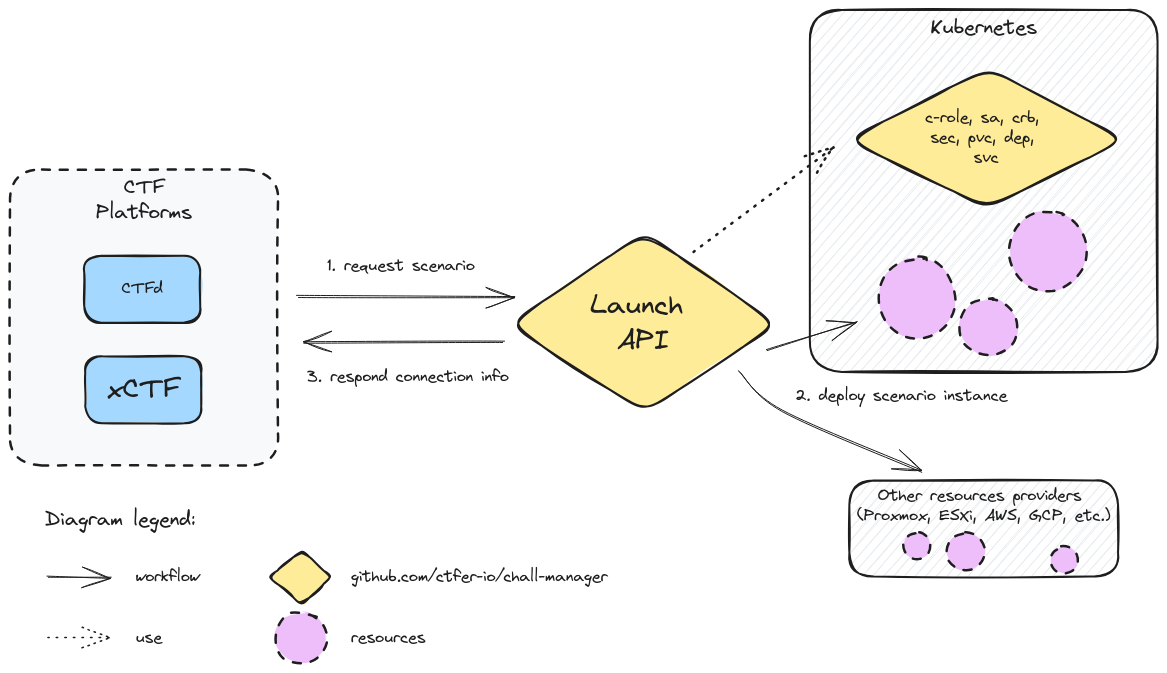
Before: res/diagram.excalidraw.png, a diagram exported from Excalidraw (ctfer-io/chall-manager). Source tidied: one line per element, renumbered; positions are measured from the earlier drawing's top-left corner, leaving out a move shared by most shapes.
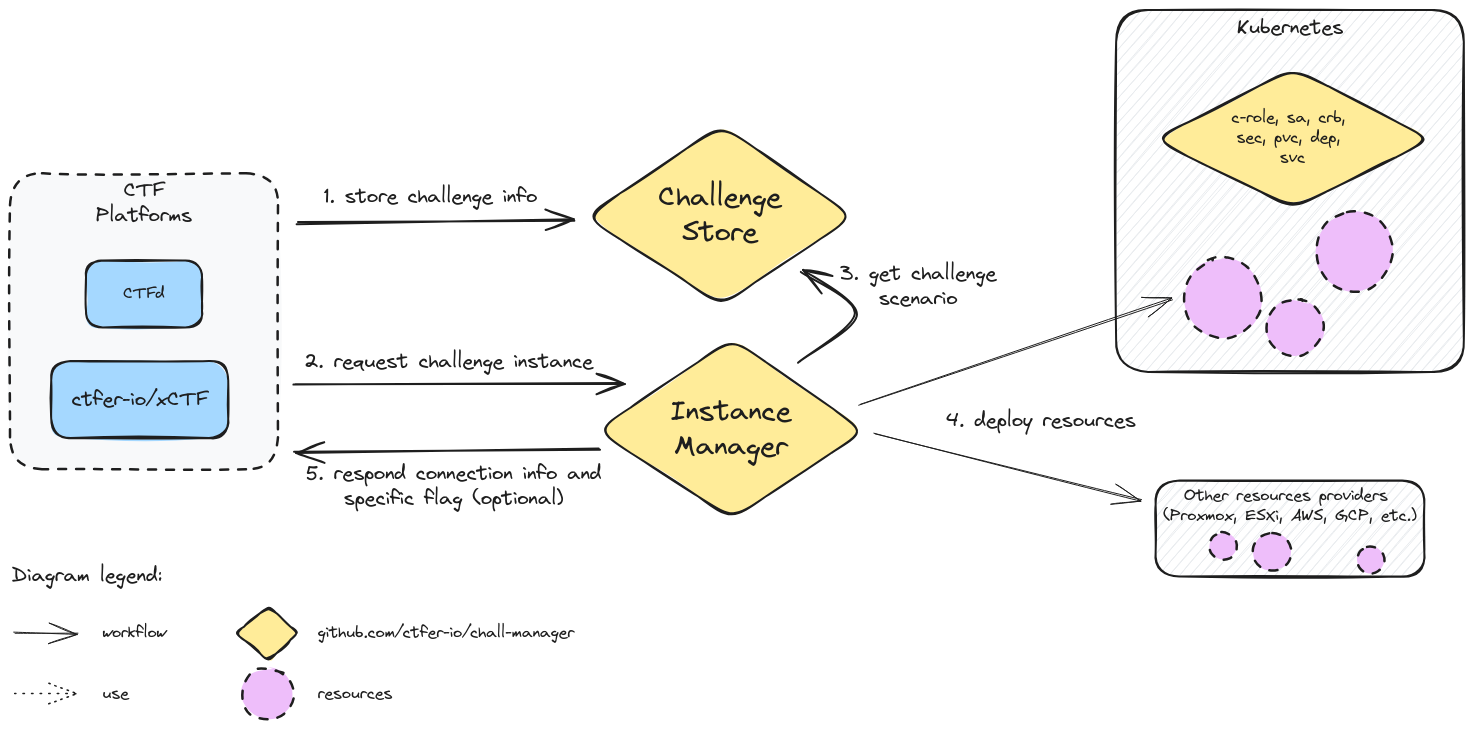
The same file after the commit.

The edit, as a diff of the source:
```diff
@@ -1,37 +1,42 @@
-{"id": 0, "type": "rectangle", "strokeColor": "#1e1e1e", "backgroundColor": "#f8f9fa", "fillStyle": "solid", "strokeWidth": 2, "strokeStyle": "dashed", "roughness": 1, "round": true, "x": 0, "y": 160, "width": 268, "height": 296}
-{"id": 1, "type": "text", "text": "CTF\nPlatforms", "strokeColor": "#1e1e1e", "strokeWidth": 2, "roughness": 1, "fontSize": 20, "fontFamily": 1, "textAlign": "center", "inside": 0, "x": 86, "y": 165, "width": 96, "height": 50}
-{"id": 2, "type": "rectangle", "strokeColor": "#1e1e1e", "backgroundColor": "#a5d8ff", "fillStyle": "solid", "strokeWidth": 2, "roughness": 1, "round": true, "x": 74, "y": 246, "width": 116, "height": 67}
-{"id": 3, "type": "text", "text": "CTFd", "strokeColor": "#1e1e1e", "backgroundColor": "#f8f9fa", "fillStyle": "solid", "strokeWidth": 2, "strokeStyle": "dashed", "roughness": 1, "fontSize": 16, "fontFamily": 1, "textAlign": "center", "verticalAlign": "middle", "inside": 2, "x": 111, "y": 269, "width": 41, "height": 20}
-{"id": 4, "type": "rectangle", "strokeColor": "#1e1e1e", "backgroundColor": "#a5d8ff", "fillStyle": "solid", "strokeWidth": 2, "roughness": 1, "round": true, "x": 75, "y": 346, "width": 116, "height": 67}
-{"id": 5, "type": "text", "text": "xCTF", "strokeColor": "#1e1e1e", "backgroundColor": "#a5d8ff", "fillStyle": "solid", "strokeWidth": 2, "roughness": 1, "fontSize": 28, "fontFamily": 1, "textAlign": "center", "verticalAlign": "middle", "inside": 4, "x": 97, "y": 362, "width": 72, "height": 35}
-{"id": 6, "type": "diamond", "strokeColor": "#1e1e1e", "backgroundColor": "#ffec99", "fillStyle": "solid", "strokeWidth": 2, "roughness": 1, "round": true, "x": 499, "y": 223, "width": 268, "height": 180}
-{"id": 7, "type": "text", "text": "Launch \nAPI", "strokeColor": "#1e1e1e", "backgroundColor": "#ffec99", "fillStyle": "solid", "strokeWidth": 2, "roughness": 1, "fontSize": 28, "fontFamily": 1, "textAlign": "center", "verticalAlign": "middle", "inside": 6, "x": 580, "y": 278, "width": 106, "height": 70}
-{"id": 8, "type": "arrow", "strokeColor": "#1e1e1e", "backgroundColor": "#ffec99", "fillStyle": "solid", "strokeWidth": 1, "roughness": 1, "endArrowhead": "arrow", "round": true, "from": 0, "to": 6, "x": 287, "y": 286, "width": 217, "height": 1, "points": [[0, 0], [217, 1]]}
-{"id": 9, "type": "text", "text": "1. request scenario", "strokeColor": "#1e1e1e", "backgroundColor": "#ffec99", "fillStyle": "solid", "strokeWidth": 2, "roughness": 1, "fontSize": 16, "fontFamily": 1, "textAlign": "center", "x": 317, "y": 246, "width": 148, "height": 20}
-{"id": 10, "type": "arrow", "strokeColor": "#1e1e1e", "backgroundColor": "#ffec99", "fillStyle": "solid", "strokeWidth": 1, "roughness": 1, "endArrowhead": "arrow", "round": true, "from": 6, "to": 0, "x": 493, "y": 333, "width": 201, "height": 1, "points": [[0, 0], [-201, -1]]}
-{"id": 11, "type": "text", "text": "3. respond connection info", "strokeColor": "#1e1e1e", "backgroundColor": "#ffec99", "fillStyle": "solid", "strokeWidth": 2, "roughness": 1, "fontSize": 16, "fontFamily": 1, "textAlign": "center", "x": 297, "y": 357, "width": 202, "height": 20}
-{"id": 12, "type": "rectangle", "strokeColor": "#1e1e1e", "backgroundColor": "#e9ecef", "fillStyle": "hachure", "strokeWidth": 2, "roughness": 1, "round": true, "x": 800, "y": 0, "width": 348, "height": 362}
-{"id": 13, "type": "text", "text": "Kubernetes", "strokeColor": "#1e1e1e", "backgroundColor": "#a5d8ff", "fillStyle": "solid", "strokeWidth": 2, "roughness": 1, "fontSize": 20, "fontFamily": 1, "textAlign": "center", "inside": 12, "x": 920, "y": 5, "width": 107, "height": 25}
-{"id": 14, "type": "diamond", "strokeColor": "#1e1e1e", "backgroundColor": "#ffec99", "fillStyle": "solid", "strokeWidth": 2, "roughness": 1, "round": true, "x": 838, "y": 58, "width": 277, "height": 140}
-{"id": 15, "type": "text", "text": "c-role, sa, crb, \nsec, pvc, dep, \nsvc", "strokeColor": "#1e1e1e", "backgroundColor": "#ffec99", "fillStyle": "solid", "strokeWidth": 2, "roughness": 1, "fontSize": 16, "fontFamily": 1, "textAlign": "center", "verticalAlign": "middle", "inside": 14, "x": 915, "y": 98, "width": 122, "height": 60}
-{"id": 16, "type": "arrow", "strokeColor": "#1e1e1e", "backgroundColor": "#eebefa", "fillStyle": "solid", "strokeWidth": 2, "strokeStyle": "dotted", "roughness": 1, "endArrowhead": "arrow", "round": true, "from": 6, "to": 14, "x": 684, "y": 243, "width": 139, "height": 104, "points": [[0, 0], [139, -104]]}
 {"id": 17, "type": "diamond", "strokeColor": "#1e1e1e", "backgroundColor": "#ffec99", "fillStyle": "solid", "strokeWidth": 2, "roughness": 1, "round": true, "x": 260, "y": 540, "width": 62, "height": 54}
 {"id": 18, "type": "text", "text": "github.com/ctfer-io/chall-manager", "strokeColor": "#1e1e1e", "backgroundColor": "#eebefa", "fillStyle": "solid", "strokeWidth": 2, "strokeStyle": "dotted", "roughness": 1, "fontSize": 16, "fontFamily": 1, "x": 341, "y": 557, "width": 257, "height": 20}
-{"id": 19, "type": "ellipse", "strokeColor": "#1e1e1e", "backgroundColor": "#eebefa", "fillStyle": "solid", "strokeWidth": 2, "strokeStyle": "dashed", "roughness": 1, "round": true, "x": 868, "y": 247, "width": 77, "height": 81}
-{"id": 20, "type": "arrow", "strokeColor": "#1e1e1e", "backgroundColor": "#fcc2d7", "fillStyle": "solid", "strokeWidth": 1, "roughness": 1, "endArrowhead": "arrow", "round": true, "from": 6, "x": 756, "y": 340, "width": 91, "height": 28, "points": [[0, 0], [91, -28]]}
-{"id": 21, "type": "text", "text": "2. deploy scenario instance", "strokeColor": "#1e1e1e", "backgroundColor": "#ffec99", "fillStyle": "solid", "strokeWidth": 2, "roughness": 1, "fontSize": 16, "fontFamily": 1, "textAlign": "center", "x": 785, "y": 376, "width": 213, "height": 20}
-{"id": 22, "type": "ellipse", "strokeColor": "#1e1e1e", "backgroundColor": "#eebefa", "fillStyle": "solid", "strokeWidth": 2, "strokeStyle": "dashed", "roughness": 1, "round": true, "x": 1000, "y": 201, "width": 77, "height": 81}
-{"id": 23, "type": "ellipse", "strokeColor": "#1e1e1e", "backgroundColor": "#eebefa", "fillStyle": "solid", "strokeWidth": 2, "strokeStyle": "dashed", "roughness": 1, "round": true, "x": 950, "y": 289, "width": 58, "height": 57}
 {"id": 24, "type": "ellipse", "strokeColor": "#1e1e1e", "backgroundColor": "#eebefa", "fillStyle": "solid", "strokeWidth": 2, "strokeStyle": "dashed", "roughness": 1, "round": true, "x": 265, "y": 602, "width": 52, "height": 51}
-{"id": 25, "type": "text", "text": "resources", "strokeColor": "#1e1e1e", "backgroundColor": "#eebefa", "fillStyle": "solid", "strokeWidth": 2, "strokeStyle": "dotted", "roughness": 1, "fontSize": 16, "fontFamily": 1, "x": 341, "y": 618, "width": 75, "height": 20}
+{"id": 25, "type": "text", "text": "resources", "strokeColor": "#1e1e1e", "backgroundColor": "#eebefa", "fillStyle": "solid", "strokeWidth": 2, "strokeStyle": "dotted", "roughness": 1, "fontSize": 16, "fontFamily": 1, "x": 341, "y": 617, "width": 75, "height": 20}
-{"id": 26, "type": "arrow", "strokeColor": "#1e1e1e", "backgroundColor": "#fcc2d7", "fillStyle": "solid", "strokeWidth": 1, "roughness": 1, "endArrowhead": "arrow", "round": true, "from": 6, "to": 32, "x": 729, "y": 361, "width": 182, "height": 100, "points": [[0, 0], [43, 40], [182, 100]]}
 {"id": 27, "type": "text", "text": "Diagram legend:", "strokeColor": "#1e1e1e", "backgroundColor": "#eebefa", "fillStyle": "solid", "strokeWidth": 1, "strokeStyle": "dashed", "roughness": 1, "fontSize": 20, "fontFamily": 1, "x": 35, "y": 497, "width": 151, "height": 25}
 {"id": 28, "type": "arrow", "strokeColor": "#1e1e1e", "backgroundColor": "#ffec99", "fillStyle": "solid", "strokeWidth": 1, "roughness": 1, "endArrowhead": "arrow", "round": true, "x": 38, "y": 567, "width": 63, "height": 0, "points": [[0, 0], [63, 0]]}
 {"id": 29, "type": "text", "text": "workflow", "strokeColor": "#1e1e1e", "backgroundColor": "#eebefa", "fillStyle": "solid", "strokeWidth": 2, "strokeStyle": "dotted", "roughness": 1, "fontSize": 16, "fontFamily": 1, "x": 126, "y": 557, "width": 64, "height": 20}
 {"id": 30, "type": "arrow", "strokeColor": "#1e1e1e", "backgroundColor": "#ffec99", "fillStyle": "solid", "strokeWidth": 1, "strokeStyle": "dotted", "roughness": 1, "endArrowhead": "arrow", "round": true, "x": 37, "y": 627, "width": 63, "height": 0, "points": [[0, 0], [63, 0]]}
-{"id": 31, "type": "text", "text": "use", "strokeColor": "#1e1e1e", "backgroundColor": "#eebefa", "fillStyle": "solid", "strokeWidth": 2, "strokeStyle": "dotted", "roughness": 1, "fontSize": 16, "fontFamily": 1, "x": 126, "y": 618, "width": 27, "height": 20}
+{"id": 31, "type": "text", "text": "use", "strokeColor": "#1e1e1e", "backgroundColor": "#eebefa", "fillStyle": "solid", "strokeWidth": 2, "strokeStyle": "dotted", "roughness": 1, "fontSize": 16, "fontFamily": 1, "x": 126, "y": 617, "width": 27, "height": 20}
-{"id": 32, "type": "rectangle", "strokeColor": "#1e1e1e", "backgroundColor": "#e9ecef", "fillStyle": "hachure", "strokeWidth": 2, "roughness": 1, "round": true, "x": 839, "y": 471, "width": 269, "height": 96}
+{"id": 37, "type": "rectangle", "strokeColor": "#1e1e1e", "backgroundColor": "#f8f9fa", "fillStyle": "solid", "strokeWidth": 2, "strokeStyle": "dashed", "roughness": 1, "round": true, "x": 33, "y": 107, "width": 268, "height": 296}
+{"id": 1, "type": "text", "text": "CTF\nPlatforms", "strokeColor": "#1e1e1e", "strokeWidth": 2, "roughness": 1, "fontSize": 20, "fontFamily": 1, "textAlign": "center", "inside": 37, "x": 119, "y": 112, "width": 96, "height": 50}
+{"id": 38, "type": "rectangle", "strokeColor": "#1e1e1e", "backgroundColor": "#a5d8ff", "fillStyle": "solid", "strokeWidth": 2, "roughness": 1, "round": true, "x": 109, "y": 195, "width": 116, "height": 67}
+{"id": 3, "type": "text", "text": "CTFd", "strokeColor": "#1e1e1e", "backgroundColor": "#f8f9fa", "fillStyle": "solid", "strokeWidth": 2, "strokeStyle": "dashed", "roughness": 1, "fontSize": 16, "fontFamily": 1, "textAlign": "center", "verticalAlign": "middle", "inside": 38, "x": 147, "y": 218, "width": 41, "height": 20}
+{"id": 39, "type": "rectangle", "strokeColor": "#1e1e1e", "backgroundColor": "#a5d8ff", "fillStyle": "solid", "strokeWidth": 2, "roughness": 1, "round": true, "x": 75, "y": 295, "width": 177, "height": 77}
+{"id": 40, "type": "text", "text": "ctfer-io/xCTF", "strokeColor": "#1e1e1e", "backgroundColor": "#a5d8ff", "fillStyle": "solid", "strokeWidth": 2, "roughness": 1, "fontSize": 20, "fontFamily": 1, "textAlign": "center", "verticalAlign": "middle", "inside": 39, "x": 95, "y": 321, "width": 136, "height": 25}
+{"id": 41, "type": "diamond", "strokeColor": "#1e1e1e", "backgroundColor": "#ffec99", "fillStyle": "solid", "strokeWidth": 2, "roughness": 1, "round": true, "x": 609, "y": 59, "width": 268, "height": 180}
+{"id": 42, "type": "text", "text": "Challenge\nStore", "strokeColor": "#1e1e1e", "backgroundColor": "#ffec99", "fillStyle": "solid", "strokeWidth": 2, "roughness": 1, "fontSize": 28, "fontFamily": 1, "textAlign": "center", "verticalAlign": "middle", "inside": 41, "x": 682, "y": 114, "width": 123, "height": 70}
+{"id": 43, "type": "diamond", "strokeColor": "#1e1e1e", "backgroundColor": "#ffec99", "fillStyle": "solid", "strokeWidth": 2, "roughness": 1, "round": true, "x": 620, "y": 273, "width": 268, "height": 180}
+{"id": 44, "type": "text", "text": "Instance\nManager", "strokeColor": "#1e1e1e", "backgroundColor": "#ffec99", "fillStyle": "solid", "strokeWidth": 2, "roughness": 1, "fontSize": 28, "fontFamily": 1, "textAlign": "center", "verticalAlign": "middle", "inside": 43, "x": 694, "y": 328, "width": 120, "height": 70}
+{"id": 45, "type": "arrow", "strokeColor": "#1e1e1e", "strokeWidth": 2, "roughness": 1, "endArrowhead": "arrow", "round": true, "from": 37, "to": 41, "x": 321, "y": 156, "width": 276, "height": 3, "points": [[0, 0], [276, -3]]}
+{"id": 46, "type": "text", "text": "1. store challenge info", "strokeColor": "#1e1e1e", "strokeWidth": 2, "roughness": 1, "fontSize": 20, "fontFamily": 1, "x": 347, "y": 117, "width": 213, "height": 25}
+{"id": 47, "type": "arrow", "strokeColor": "#1e1e1e", "strokeWidth": 2, "roughness": 1, "endArrowhead": "arrow", "round": true, "from": 37, "to": 43, "x": 317, "y": 317, "width": 330, "height": 0, "points": [[0, 0], [330, 0]]}
+{"id": 48, "type": "text", "text": "2. request challenge instance", "strokeColor": "#1e1e1e", "strokeWidth": 2, "roughness": 1, "fontSize": 20, "fontFamily": 1, "x": 327, "y": 283, "width": 289, "height": 25}
+{"id": 49, "type": "arrow", "strokeColor": "#1e1e1e", "strokeWidth": 2, "roughness": 1, "endArrowhead": "arrow", "round": true, "from": 43, "to": 41, "x": 822, "y": 297, "width": 57, "height": 92, "points": [[0, 0], [57, -50], [3, -92]]}
+{"id": 50, "type": "text", "text": "3. get challenge\nscenario", "strokeColor": "#1e1e1e", "strokeWidth": 2, "roughness": 1, "fontSize": 20, "fontFamily": 1, "textAlign": "center", "x": 863, "y": 194, "width": 156, "height": 50}
+{"id": 51, "type": "rectangle", "strokeColor": "#1e1e1e", "backgroundColor": "#e9ecef", "fillStyle": "hachure", "strokeWidth": 2, "roughness": 1, "round": true, "x": 1139, "y": -56, "width": 348, "height": 362}
+{"id": 13, "type": "text", "text": "Kubernetes", "strokeColor": "#1e1e1e", "backgroundColor": "#a5d8ff", "fillStyle": "solid", "strokeWidth": 2, "roughness": 1, "fontSize": 20, "fontFamily": 1, "textAlign": "center", "inside": 51, "x": 1260, "y": -51, "width": 107, "height": 25}
+{"id": 52, "type": "diamond", "strokeColor": "#1e1e1e", "backgroundColor": "#ffec99", "fillStyle": "solid", "strokeWidth": 2, "roughness": 1, "round": true, "x": 1178, "y": 2, "width": 277, "height": 140}
+{"id": 15, "type": "text", "text": "c-role, sa, crb, \nsec, pvc, dep, \nsvc", "strokeColor": "#1e1e1e", "backgroundColor": "#ffec99", "fillStyle": "solid", "strokeWidth": 2, "roughness": 1, "fontSize": 16, "fontFamily": 1, "textAlign": "center", "verticalAlign": "middle", "inside": 52, "x": 1255, "y": 42, "width": 122, "height": 60}
+{"id": 53, "type": "ellipse", "strokeColor": "#1e1e1e", "backgroundColor": "#eebefa", "fillStyle": "solid", "strokeWidth": 2, "strokeStyle": "dashed", "roughness": 1, "round": true, "x": 1208, "y": 191, "width": 77, "height": 81}
+{"id": 54, "type": "ellipse", "strokeColor": "#1e1e1e", "backgroundColor": "#eebefa", "fillStyle": "solid", "strokeWidth": 2, "strokeStyle": "dashed", "roughness": 1, "round": true, "x": 1339, "y": 145, "width": 77, "height": 81}
+{"id": 55, "type": "ellipse", "strokeColor": "#1e1e1e", "backgroundColor": "#eebefa", "fillStyle": "solid", "strokeWidth": 2, "strokeStyle": "dashed", "roughness": 1, "round": true, "x": 1289, "y": 233, "width": 58, "height": 57}
+{"id": 56, "type": "rectangle", "strokeColor": "#1e1e1e", "backgroundColor": "#e9ecef", "fillStyle": "hachure", "strokeWidth": 2, "roughness": 1, "round": true, "x": 1179, "y": 414, "width": 269, "height": 96}
-{"id": 33, "type": "text", "text": "Other resources providers \n(Proxmox, ESXi, AWS, GCP, etc.)", "strokeColor": "#1e1e1e", "backgroundColor": "#a5d8ff", "fillStyle": "solid", "strokeWidth": 2, "roughness": 1, "fontSize": 16, "fontFamily": 1, "textAlign": "center", "inside": 32, "x": 847, "y": 476, "width": 253, "height": 40}
+{"id": 33, "type": "text", "text": "Other resources providers \n(Proxmox, ESXi, AWS, GCP, etc.)", "strokeColor": "#1e1e1e", "backgroundColor": "#a5d8ff", "fillStyle": "solid", "strokeWidth": 2, "roughness": 1, "fontSize": 16, "fontFamily": 1, "textAlign": "center", "inside": 56, "x": 1187, "y": 419, "width": 253, "height": 40}
-{"id": 34, "type": "ellipse", "strokeColor": "#1e1e1e", "backgroundColor": "#eebefa", "fillStyle": "solid", "strokeWidth": 2, "strokeStyle": "dashed", "roughness": 1, "round": true, "x": 893, "y": 522, "width": 27, "height": 27}
-{"id": 35, "type": "ellipse", "strokeColor": "#1e1e1e", "backgroundColor": "#eebefa", "fillStyle": "solid", "strokeWidth": 2, "strokeStyle": "dashed", "roughness": 1, "round": true, "x": 937, "y": 523, "width": 38, "height": 38}
-{"id": 36, "type": "ellipse", "strokeColor": "#1e1e1e", "backgroundColor": "#eebefa", "fillStyle": "solid", "strokeWidth": 2, "strokeStyle": "dashed", "roughness": 1, "round": true, "x": 1041, "y": 536, "width": 27, "height": 27}
+{"id": 57, "type": "ellipse", "strokeColor": "#1e1e1e", "backgroundColor": "#eebefa", "fillStyle": "solid", "strokeWidth": 2, "strokeStyle": "dashed", "roughness": 1, "round": true, "x": 1233, "y": 466, "width": 27, "height": 27}
+{"id": 58, "type": "ellipse", "strokeColor": "#1e1e1e", "backgroundColor": "#eebefa", "fillStyle": "solid", "strokeWidth": 2, "strokeStyle": "dashed", "roughness": 1, "round": true, "x": 1276, "y": 467, "width": 38, "height": 38}
+{"id": 59, "type": "ellipse", "strokeColor": "#1e1e1e", "backgroundColor": "#eebefa", "fillStyle": "solid", "strokeWidth": 2, "strokeStyle": "dashed", "roughness": 1, "round": true, "x": 1380, "y": 480, "width": 27, "height": 27}
+{"id": 60, "type": "arrow", "strokeColor": "#1e1e1e", "strokeWidth": 1, "roughness": 1, "endArrowhead": "arrow", "round": true, "from": 43, "to": 53, "x": 883, "y": 339, "width": 313, "height": 106, "points": [[0, 0], [313, -106]]}
+{"id": 61, "type": "arrow", "strokeColor": "#1e1e1e", "strokeWidth": 1, "roughness": 1, "endArrowhead": "arrow", "round": true, "from": 43, "to": 56, "x": 898, "y": 367, "width": 266, "height": 66, "points": [[0, 0], [266, 66]]}
+{"id": 62, "type": "text", "text": "4. deploy resources", "strokeColor": "#1e1e1e", "strokeWidth": 2, "roughness": 1, "fontSize": 20, "fontFamily": 1, "x": 970, "y": 342, "width": 189, "height": 25}
+{"id": 63, "type": "arrow", "strokeColor": "#1e1e1e", "strokeWidth": 2, "roughness": 1, "endArrowhead": "arrow", "round": true, "from": 43, "to": 37, "x": 623, "y": 384, "width": 305, "height": 2, "points": [[0, 0], [-305, 2]]}
+{"id": 64, "type": "text", "text": "5. respond connection info and\nspecific flag (optional)", "strokeColor": "#1e1e1e", "strokeWidth": 2, "roughness": 1, "fontSize": 20, "fontFamily": 1, "textAlign": "center", "x": 329, "y": 395, "width": 295, "height": 50}
```
